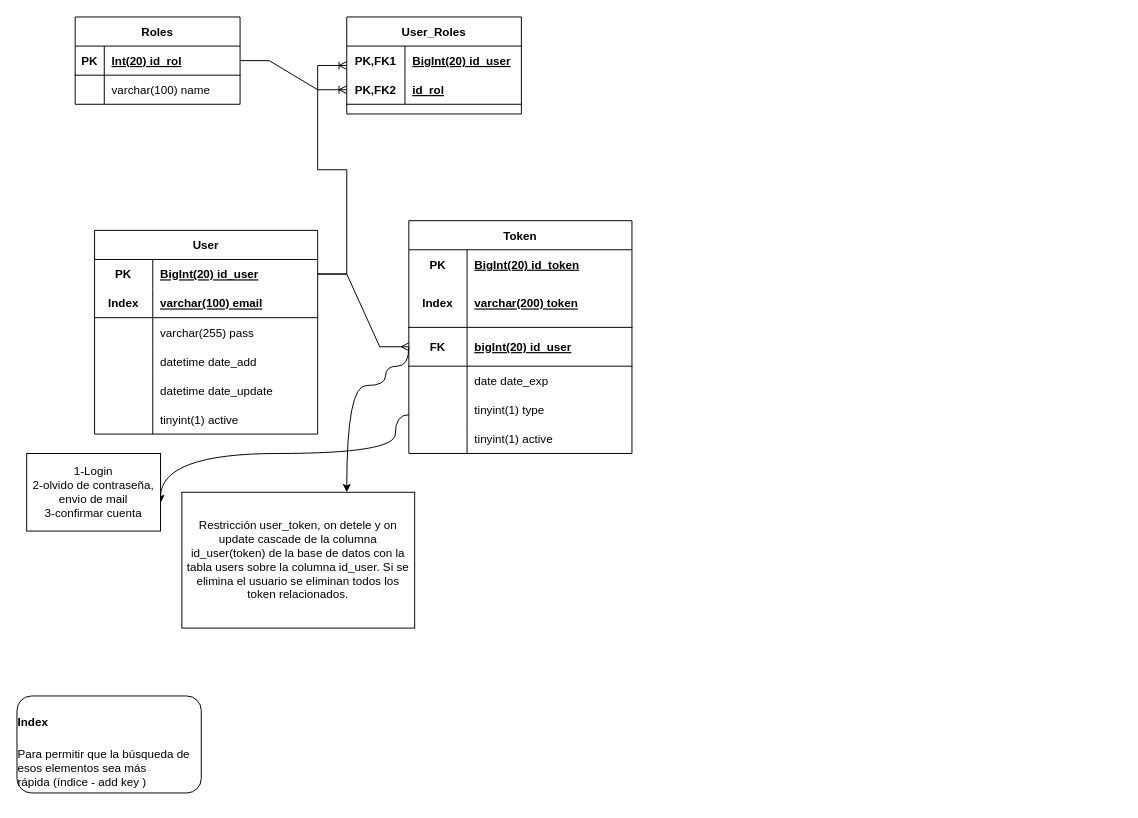
Above: database/Mapflet.drawio in C1b3r/easymap (draw.io), before the change. Source tidied: cells renumbered, new cells numbered last; positions are measured from the earlier drawing's top-left corner, leaving out a move shared by most shapes. Both pictures are drawn from the tidied source at 97%, with x=0, y=0 at pixel (16, 16).
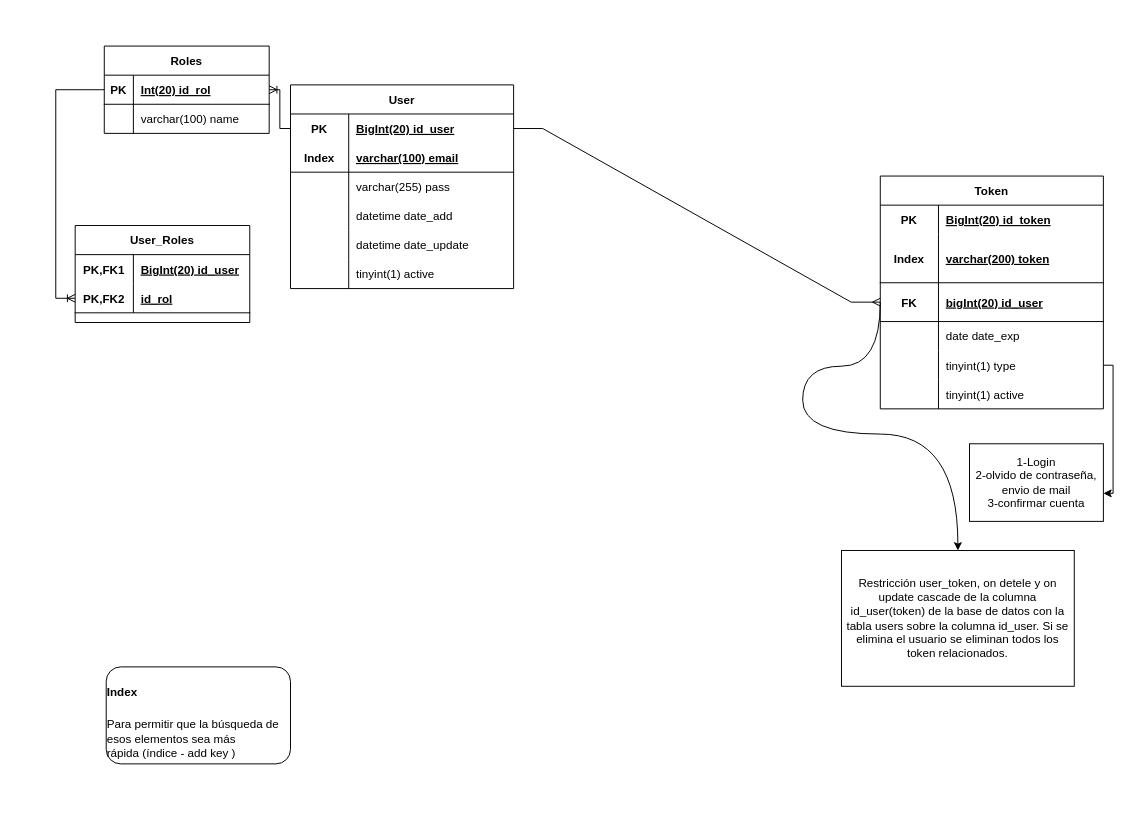
Above is the later version.

Unchanged cells that the change refers to:
```xml
<mxCell id="3" style="shape=partialRectangle;fillColor=none;top=0;left=0;bottom=0;right=0;points=[[0,0.5],[1,0.5]];portConstraint=eastwest;" parent="2" vertex="1">
  <mxGeometry y="30" width="230" height="30" as="geometry" />
</mxCell>
<mxCell id="28" style="shape=partialRectangle;fillColor=none;top=0;left=0;bottom=1;right=0;points=[[0,0.5],[1,0.5]];portConstraint=eastwest;" parent="21" vertex="1">
  <mxGeometry y="110" width="230" height="40" as="geometry" />
</mxCell>
<mxCell id="34" style="shape=partialRectangle;fillColor=none;top=0;left=0;bottom=0;right=0;points=[[0,0.5],[1,0.5]];portConstraint=eastwest;" parent="21" vertex="1">
  <mxGeometry y="180" width="230" height="30" as="geometry" />
</mxCell>
<mxCell id="47" style="shape=partialRectangle;fillColor=none;top=0;left=0;bottom=1;right=0;points=[[0,0.5],[1,0.5]];portConstraint=eastwest;" parent="46" vertex="1">
  <mxGeometry y="30" width="170" height="30" as="geometry" />
</mxCell>
<mxCell id="57" style="shape=partialRectangle;fillColor=none;top=0;left=0;bottom=1;right=0;points=[[0,0.5],[1,0.5]];portConstraint=eastwest;" parent="53" vertex="1">
  <mxGeometry y="60" width="180" height="30" as="geometry" />
</mxCell>
```

The edit, as a diff of the source:
```diff
@@
     <mxCell id="2" value="User" style="shape=table;startSize=30;childLayout=tableLayout;rowLines=0;fontStyle=1;align=center;" parent="1" vertex="1">
-      <mxGeometry x="80" y="220" width="230" height="210" as="geometry" />
+      <mxGeometry x="282" y="70" width="230" height="210" as="geometry" />
     </mxCell>
@@
     <mxCell id="21" value="Token" style="shape=table;startSize=30;childLayout=tableLayout;rowLines=0;fontStyle=1;align=center;" parent="1" vertex="1">
-      <mxGeometry x="404" y="210" width="230" height="240" as="geometry" />
+      <mxGeometry x="890" y="164" width="230" height="240" as="geometry" />
     </mxCell>
@@
     <mxCell id="41" value="&lt;p style=&quot;line-height: 40%&quot;&gt;&lt;/p&gt;&lt;h1 style=&quot;text-align: left&quot;&gt;&lt;font style=&quot;font-size: 12px&quot;&gt;Index&lt;/font&gt;&lt;/h1&gt;&lt;p style=&quot;text-align: left&quot;&gt;&lt;font style=&quot;font-size: 12px ; line-height: 40%&quot;&gt;Para permitir que la búsqueda de esos elementos sea más rápida&amp;nbsp;&lt;/font&gt;&lt;span&gt;(índice - add key )&lt;/span&gt;&lt;/p&gt;&lt;p&gt;&lt;/p&gt;" style="rounded=1;whiteSpace=wrap;html=1;" parent="1" vertex="1">
-      <mxGeometry y="700" width="190" height="100" as="geometry" />
+      <mxGeometry x="92" y="670" width="190" height="100" as="geometry" />
     </mxCell>
-    <mxCell id="42" style="curved=1;endArrow=classic;html=1;rounded=0;edgeStyle=orthogonalEdgeStyle;entryX=1;entryY=0.639;entryDx=0;entryDy=0;entryPerimeter=0;" parent="1" edge="1" source="34" target="43">
-      <mxGeometry relative="1" as="geometry">
-        <Array as="points">
-          <mxPoint x="390" y="410" />
-          <mxPoint x="390" y="450" />
-          <mxPoint x="148" y="450" />
-        </Array>
-      </mxGeometry>
+    <mxCell id="42" style="endArrow=classic;html=1;rounded=0;edgeStyle=orthogonalEdgeStyle;entryX=1;entryY=0.639;entryDx=0;entryDy=0;entryPerimeter=0;exitX=1;exitY=0.5;exitDx=0;exitDy=0;" parent="1" edge="1" source="34" target="43">
+      <mxGeometry relative="1" as="geometry" />
     </mxCell>
     <mxCell id="43" value="1-Login&lt;br&gt;2-olvido de contraseña, envio de mail&lt;br&gt;3-confirmar cuenta" style="rounded=0;whiteSpace=wrap;html=1;" parent="1" vertex="1">
-      <mxGeometry x="10" y="450" width="138" height="80" as="geometry" />
+      <mxGeometry x="982" y="440" width="138" height="80" as="geometry" />
     </mxCell>
     <mxCell id="44" style="curved=1;endArrow=classic;html=1;rounded=0;edgeStyle=orthogonalEdgeStyle;exitX=0;exitY=0.5;exitDx=0;exitDy=0;" parent="1" edge="1" source="28" target="45">
       <mxGeometry relative="1" as="geometry">
         <Array as="points">
-          <mxPoint x="404" y="360" />
-          <mxPoint x="380" y="360" />
-          <mxPoint x="380" y="380" />
-          <mxPoint x="340" y="380" />
+          <mxPoint x="890" y="360" />
+          <mxPoint x="810" y="360" />
+          <mxPoint x="810" y="430" />
+          <mxPoint x="970" y="430" />
         </Array>
       </mxGeometry>
     </mxCell>
     <mxCell id="45" value="Restricción user_token, on detele y on update cascade de la columna id_user(token) de la base de datos con la tabla users sobre la columna id_user. Si se elimina el usuario se eliminan todos los token relacionados." style="rounded=0;whiteSpace=wrap;html=1;" parent="1" vertex="1">
-      <mxGeometry x="170" y="490" width="240" height="140" as="geometry" />
+      <mxGeometry x="850" y="550" width="240" height="140" as="geometry" />
     </mxCell>
     <mxCell id="46" value="Roles" style="shape=table;startSize=30;childLayout=tableLayout;rowLines=0;fontStyle=1;align=center;" parent="1" vertex="1">
-      <mxGeometry x="60" width="170" height="90" as="geometry" />
+      <mxGeometry x="90" y="30" width="170" height="90" as="geometry" />
     </mxCell>
@@
     <mxCell id="53" value="User_Roles" style="shape=table;startSize=30;childLayout=tableLayout;rowLines=0;fontStyle=1;align=center;" parent="1" vertex="1">
-      <mxGeometry x="340" width="180" height="100" as="geometry" />
+      <mxGeometry x="60" y="215" width="180" height="100" as="geometry" />
     </mxCell>
@@
-    <mxCell id="60" style="edgeStyle=entityRelationEdgeStyle;fontSize=12;html=1;endArrow=ERoneToMany;rounded=0;exitX=1;exitY=0.5;exitDx=0;exitDy=0;entryX=0;entryY=0.5;entryDx=0;entryDy=0;" parent="1" edge="1" source="47" target="57">
-      <mxGeometry relative="1" as="geometry" />
+    <mxCell id="60" style="fontSize=12;html=1;endArrow=ERoneToMany;rounded=0;exitX=0;exitY=0.5;exitDx=0;exitDy=0;edgeStyle=orthogonalEdgeStyle;" parent="1" edge="1" source="47">
+      <mxGeometry relative="1" as="geometry">
+        <mxPoint x="60" y="290" as="targetPoint" />
+        <Array as="points">
+          <mxPoint x="40" y="75" />
+          <mxPoint x="40" y="290" />
+        </Array>
+      </mxGeometry>
     </mxCell>
-    <mxCell id="61" style="edgeStyle=entityRelationEdgeStyle;fontSize=12;html=1;endArrow=ERoneToMany;rounded=0;exitX=1;exitY=0.5;exitDx=0;exitDy=0;" parent="1" edge="1" source="3">
-      <mxGeometry relative="1" as="geometry">
-        <mxPoint x="340" y="50" as="targetPoint" />
-      </mxGeometry>
+    <mxCell id="61" style="edgeStyle=orthogonalEdgeStyle;fontSize=12;html=1;endArrow=ERoneToMany;rounded=0;exitX=0;exitY=0.5;exitDx=0;exitDy=0;entryX=1;entryY=0.5;entryDx=0;entryDy=0;" parent="1" edge="1" source="3" target="47">
+      <mxGeometry relative="1" as="geometry" />
     </mxCell>
```
